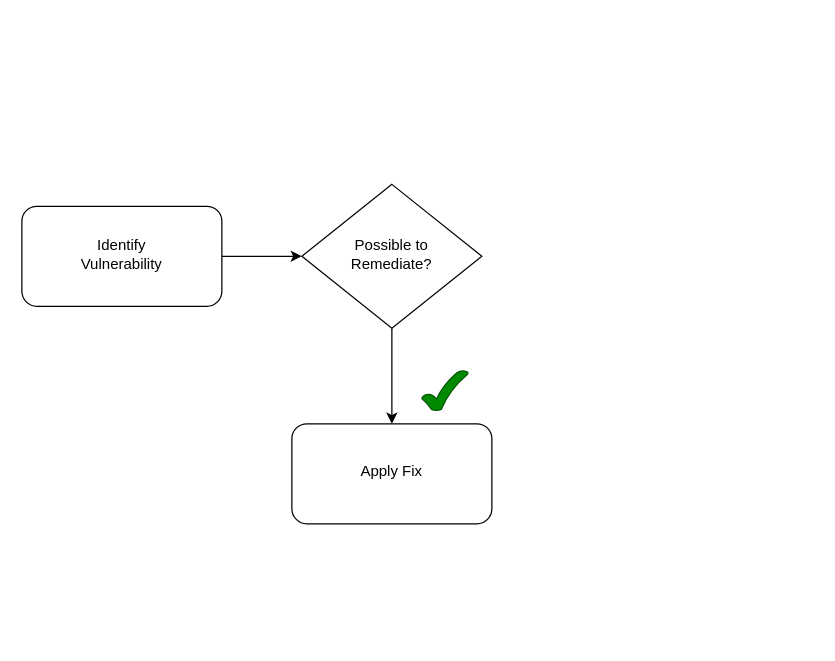
This is HE_Vulnerabilidades.drawio from eloyx3x/Diagramas, a draw.io file, before an edit. Source tidied: cells renumbered, new cells numbered last; positions are measured from the earlier drawing's top-left corner, leaving out a move shared by most shapes. Both pictures are drawn from the tidied source at 125%, with x=0, y=0 at pixel (21, 184).
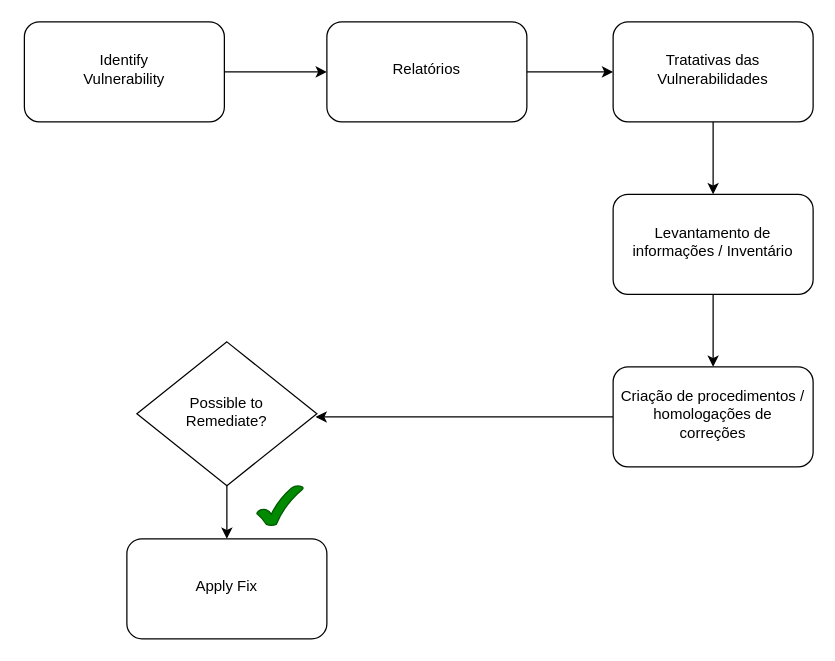
After the change.

Diff of the diagram source:
```diff
@@
 <mxGraphModel>
   <root>
     <mxCell id="0" />
     <mxCell id="1" parent="0" />
     <mxCell id="2" style="edgeStyle=orthogonalEdgeStyle;rounded=0;jettySize=auto;html=1;" parent="1" edge="1" source="3" target="6">
       <mxGeometry relative="1" as="geometry" />
     </mxCell>
     <mxCell id="3" value="&lt;div&gt;Possible to &lt;br&gt;&lt;/div&gt;&lt;div&gt;Remediate?&lt;/div&gt;" style="rhombus;whiteSpace=wrap;html=1;shadow=0;fontFamily=Helvetica;fontSize=12;align=center;strokeWidth=1;spacing=6;spacingTop=-4;" parent="1" vertex="1">
-      <mxGeometry x="224" width="144" height="115" as="geometry" />
+      <mxGeometry x="92" y="126" width="144" height="115" as="geometry" />
     </mxCell>
-    <mxCell id="4" style="edgeStyle=orthogonalEdgeStyle;rounded=0;jettySize=auto;html=1;" parent="1" edge="1" source="5" target="3">
-      <mxGeometry relative="1" as="geometry" />
-    </mxCell>
-    <mxCell id="5" value="&lt;div&gt;Identify &lt;br&gt;&lt;/div&gt;&lt;div&gt;Vulnerability&lt;br&gt;&lt;/div&gt;" style="rounded=1;whiteSpace=wrap;html=1;shadow=0;strokeWidth=1;spacing=6;spacingTop=-4;" parent="1" vertex="1">
-      <mxGeometry y="17.5" width="160" height="80" as="geometry" />
-    </mxCell>
     <mxCell id="6" value="Apply Fix" style="rounded=1;whiteSpace=wrap;html=1;shadow=0;strokeWidth=1;spacing=6;spacingTop=-4;" parent="1" vertex="1">
-      <mxGeometry x="216" y="191.5" width="160" height="80" as="geometry" />
+      <mxGeometry x="84" y="283.5" width="160" height="80" as="geometry" />
     </mxCell>
     <mxCell id="7" style="verticalLabelPosition=bottom;verticalAlign=top;html=1;shape=mxgraph.basic.tick;fillColor=#008a00;fontColor=#ffffff;strokeColor=#005700;" parent="1" vertex="1">
-      <mxGeometry x="320" y="149" width="37" height="32" as="geometry" />
+      <mxGeometry x="188" y="241" width="37" height="32" as="geometry" />
     </mxCell>
+    <mxCell id="8" style="edgeStyle=orthogonalEdgeStyle;rounded=0;jettySize=auto;html=1;" parent="1" edge="1" source="5" target="10">
+      <mxGeometry relative="1" as="geometry" />
+    </mxCell>
+    <mxCell id="5" value="&lt;div&gt;Identify &lt;br&gt;&lt;/div&gt;&lt;div&gt;Vulnerability&lt;br&gt;&lt;/div&gt;" style="rounded=1;whiteSpace=wrap;html=1;shadow=0;strokeWidth=1;spacing=6;spacingTop=-4;" parent="1" vertex="1">
+      <mxGeometry x="2" y="-130" width="160" height="80" as="geometry" />
+    </mxCell>
+    <mxCell id="9" style="edgeStyle=orthogonalEdgeStyle;rounded=0;jettySize=auto;html=1;" parent="1" edge="1" source="10" target="12">
+      <mxGeometry relative="1" as="geometry" />
+    </mxCell>
+    <mxCell id="10" value="Relatórios" style="rounded=1;whiteSpace=wrap;html=1;shadow=0;strokeWidth=1;spacing=6;spacingTop=-4;" parent="1" vertex="1">
+      <mxGeometry x="244" y="-130" width="160" height="80" as="geometry" />
+    </mxCell>
+    <mxCell id="11" style="edgeStyle=orthogonalEdgeStyle;rounded=0;jettySize=auto;html=1;" parent="1" edge="1" source="12" target="14">
+      <mxGeometry relative="1" as="geometry" />
+    </mxCell>
+    <mxCell id="12" value="Tratativas das Vulnerabilidades" style="rounded=1;whiteSpace=wrap;html=1;shadow=0;strokeWidth=1;spacing=6;spacingTop=-4;" parent="1" vertex="1">
+      <mxGeometry x="473" y="-130" width="160" height="80" as="geometry" />
+    </mxCell>
+    <mxCell id="13" style="edgeStyle=orthogonalEdgeStyle;rounded=0;jettySize=auto;html=1;" parent="1" edge="1" source="14" target="16">
+      <mxGeometry relative="1" as="geometry" />
+    </mxCell>
+    <mxCell id="14" value="Levantamento de informações / Inventário" style="rounded=1;whiteSpace=wrap;html=1;shadow=0;strokeWidth=1;spacing=6;spacingTop=-4;" parent="1" vertex="1">
+      <mxGeometry x="473" y="8" width="160" height="80" as="geometry" />
+    </mxCell>
+    <mxCell id="15" style="edgeStyle=orthogonalEdgeStyle;rounded=0;jettySize=auto;html=1;entryX=0.993;entryY=0.522;entryDx=0;entryDy=0;entryPerimeter=0;" parent="1" edge="1" source="16" target="3">
+      <mxGeometry relative="1" as="geometry" />
+    </mxCell>
+    <mxCell id="16" value="Criação de procedimentos / homologações de correções" style="rounded=1;whiteSpace=wrap;html=1;shadow=0;strokeWidth=1;spacing=6;spacingTop=-4;" parent="1" vertex="1">
+      <mxGeometry x="473" y="146" width="160" height="80" as="geometry" />
+    </mxCell>
   </root>
 </mxGraphModel>
```
